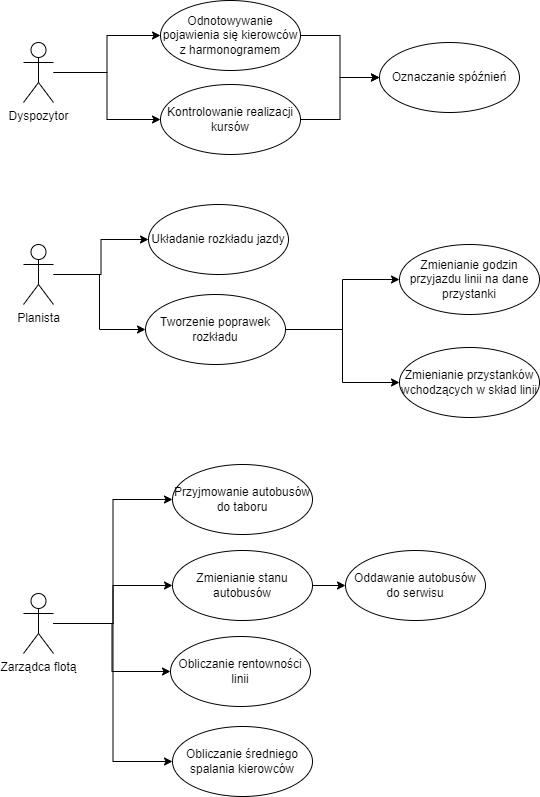
JakubCisowski/autobusy keeps this draw.io diagram as Documentation/use_case_diagram.png. Above is the earlier version. Source tidied: cells renumbered, new cells last; positions are measured from the earlier drawing's top-left corner, leaving out a move shared by most shapes.
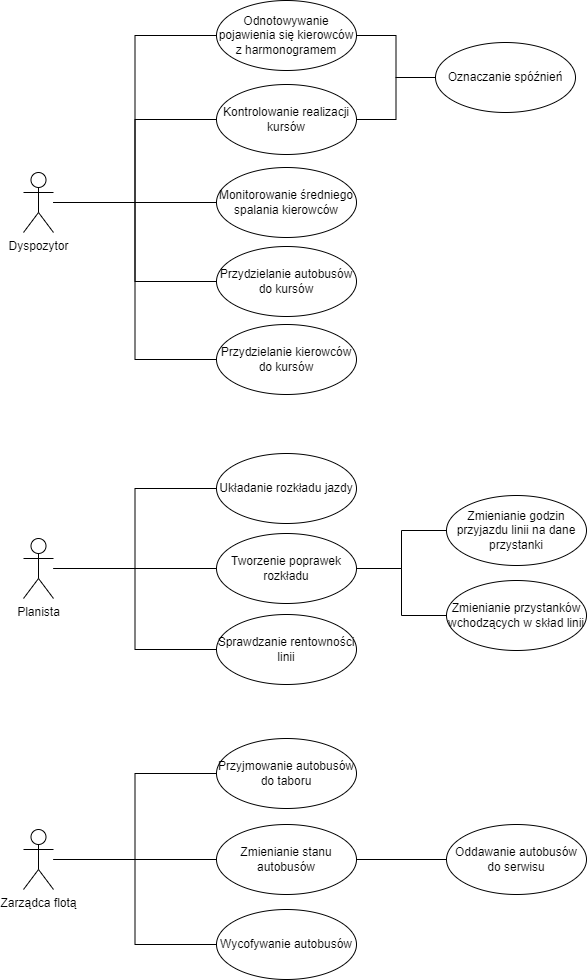
After the change.

Commit message:
Update use case diagram based on feedback.

The edit, as a diff of the source:
```diff
@@ -2,46 +2,55 @@
   <root>
     <mxCell id="0" />
     <mxCell id="1" parent="0" />
+    <mxCell id="3" style="edgeStyle=orthogonalEdgeStyle;rounded=0;jettySize=auto;html=1;entryX=0;entryY=0.5;entryDx=0;entryDy=0;endArrow=none;endFill=0;" parent="1" edge="1" source="4" target="16">
+      <mxGeometry relative="1" as="geometry" />
+    </mxCell>
+    <mxCell id="30" style="edgeStyle=orthogonalEdgeStyle;rounded=0;jettySize=auto;html=1;entryX=0;entryY=0.5;entryDx=0;entryDy=0;startArrow=none;startFill=0;endArrow=none;endFill=0;" parent="1" edge="1" source="4" target="37">
+      <mxGeometry relative="1" as="geometry" />
+    </mxCell>
-    <mxCell id="2" style="edgeStyle=orthogonalEdgeStyle;rounded=0;jettySize=auto;html=1;" parent="1" edge="1" source="4" target="14">
+    <mxCell id="2" style="edgeStyle=orthogonalEdgeStyle;rounded=0;jettySize=auto;html=1;entryX=0;entryY=0.5;entryDx=0;entryDy=0;startArrow=none;startFill=0;endArrow=none;endFill=0;" parent="1" edge="1" source="4" target="14">
       <mxGeometry relative="1" as="geometry" />
     </mxCell>
-    <mxCell id="3" style="edgeStyle=orthogonalEdgeStyle;rounded=0;jettySize=auto;html=1;entryX=0;entryY=0.5;entryDx=0;entryDy=0;" parent="1" edge="1" source="4" target="16">
-      <mxGeometry relative="1" as="geometry" />
-    </mxCell>
+    <mxCell id="31" style="edgeStyle=orthogonalEdgeStyle;rounded=0;jettySize=auto;html=1;entryX=0;entryY=0.5;entryDx=0;entryDy=0;startArrow=none;startFill=0;endArrow=none;endFill=0;" parent="1" edge="1" source="4" target="38">
+      <mxGeometry relative="1" as="geometry" />
+    </mxCell>
+    <mxCell id="32" style="edgeStyle=orthogonalEdgeStyle;rounded=0;jettySize=auto;html=1;entryX=0;entryY=0.5;entryDx=0;entryDy=0;startArrow=none;startFill=0;endArrow=none;endFill=0;" parent="1" edge="1" source="4" target="39">
+      <mxGeometry relative="1" as="geometry" />
+    </mxCell>
     <mxCell id="4" value="Dyspozytor" style="shape=umlActor;verticalLabelPosition=bottom;verticalAlign=top;html=1;" parent="1" vertex="1">
-      <mxGeometry y="42" width="30" height="60" as="geometry" />
+      <mxGeometry x="-56" y="172" width="30" height="60" as="geometry" />
     </mxCell>
+    <mxCell id="6" style="edgeStyle=orthogonalEdgeStyle;rounded=0;jettySize=auto;html=1;entryX=0;entryY=0.5;entryDx=0;entryDy=0;endArrow=none;endFill=0;" parent="1" edge="1" source="7" target="21">
+      <mxGeometry relative="1" as="geometry" />
+    </mxCell>
+    <mxCell id="33" style="edgeStyle=orthogonalEdgeStyle;rounded=0;jettySize=auto;html=1;entryX=0;entryY=0.5;entryDx=0;entryDy=0;startArrow=none;startFill=0;endArrow=none;endFill=0;" parent="1" edge="1" source="7" target="36">
+      <mxGeometry relative="1" as="geometry" />
+    </mxCell>
-    <mxCell id="5" style="edgeStyle=orthogonalEdgeStyle;rounded=0;jettySize=auto;html=1;" parent="1" edge="1" source="7" target="18">
+    <mxCell id="5" style="edgeStyle=orthogonalEdgeStyle;rounded=0;jettySize=auto;html=1;entryX=0;entryY=0.5;entryDx=0;entryDy=0;startArrow=none;startFill=0;endArrow=none;endFill=0;" parent="1" edge="1" source="7" target="18">
       <mxGeometry relative="1" as="geometry" />
     </mxCell>
-    <mxCell id="6" style="edgeStyle=orthogonalEdgeStyle;rounded=0;jettySize=auto;html=1;entryX=0;entryY=0.5;entryDx=0;entryDy=0;" parent="1" edge="1" source="7" target="21">
-      <mxGeometry relative="1" as="geometry" />
-    </mxCell>
     <mxCell id="7" value="Planista" style="shape=umlActor;verticalLabelPosition=bottom;verticalAlign=top;html=1;" parent="1" vertex="1">
-      <mxGeometry y="244" width="30" height="60" as="geometry" />
+      <mxGeometry x="-56" y="538" width="30" height="60" as="geometry" />
     </mxCell>
-    <mxCell id="8" style="edgeStyle=orthogonalEdgeStyle;rounded=0;jettySize=auto;html=1;entryX=0;entryY=0.5;entryDx=0;entryDy=0;" parent="1" edge="1" source="12" target="24">
+    <mxCell id="8" style="edgeStyle=orthogonalEdgeStyle;rounded=0;jettySize=auto;html=1;entryX=0;entryY=0.5;entryDx=0;entryDy=0;endArrow=none;endFill=0;" parent="1" edge="1" source="12" target="24">
       <mxGeometry relative="1" as="geometry" />
     </mxCell>
-    <mxCell id="9" style="edgeStyle=orthogonalEdgeStyle;rounded=0;jettySize=auto;html=1;entryX=0;entryY=0.5;entryDx=0;entryDy=0;" parent="1" edge="1" source="12" target="26">
+    <mxCell id="9" style="edgeStyle=orthogonalEdgeStyle;rounded=0;jettySize=auto;html=1;entryX=0;entryY=0.5;entryDx=0;entryDy=0;endArrow=none;endFill=0;" parent="1" edge="1" source="12" target="26">
       <mxGeometry relative="1" as="geometry" />
     </mxCell>
-    <mxCell id="10" style="edgeStyle=orthogonalEdgeStyle;rounded=0;jettySize=auto;html=1;entryX=0;entryY=0.5;entryDx=0;entryDy=0;" parent="1" edge="1" source="12" target="28">
-      <mxGeometry relative="1" as="geometry" />
-    </mxCell>
-    <mxCell id="11" style="edgeStyle=orthogonalEdgeStyle;rounded=0;jettySize=auto;html=1;entryX=0;entryY=0.5;entryDx=0;entryDy=0;" parent="1" edge="1" source="12" target="29">
-      <mxGeometry relative="1" as="geometry" />
-    </mxCell>
+    <mxCell id="34" style="edgeStyle=orthogonalEdgeStyle;rounded=0;jettySize=auto;html=1;entryX=0;entryY=0.5;entryDx=0;entryDy=0;startArrow=none;startFill=0;endArrow=none;endFill=0;" parent="1" edge="1" source="12" target="35">
+      <mxGeometry relative="1" as="geometry" />
+    </mxCell>
     <mxCell id="12" value="Zarządca flotą&lt;br&gt;" style="shape=umlActor;verticalLabelPosition=bottom;verticalAlign=top;html=1;" parent="1" vertex="1">
-      <mxGeometry y="593" width="30" height="60" as="geometry" />
+      <mxGeometry x="-56" y="829" width="30" height="60" as="geometry" />
     </mxCell>
-    <mxCell id="13" style="edgeStyle=orthogonalEdgeStyle;rounded=0;jettySize=auto;html=1;" parent="1" edge="1" source="14" target="17">
+    <mxCell id="13" style="edgeStyle=orthogonalEdgeStyle;rounded=0;jettySize=auto;html=1;endArrow=none;endFill=0;" parent="1" edge="1" source="14" target="17">
       <mxGeometry relative="1" as="geometry" />
     </mxCell>
     <mxCell id="14" value="Odnotowywanie pojawienia się kierowców z harmonogramem" style="ellipse;whiteSpace=wrap;html=1;" parent="1" vertex="1">
       <mxGeometry x="137" width="140" height="70" as="geometry" />
     </mxCell>
-    <mxCell id="15" style="edgeStyle=orthogonalEdgeStyle;rounded=0;jettySize=auto;html=1;" parent="1" edge="1" source="16" target="17">
+    <mxCell id="15" style="edgeStyle=orthogonalEdgeStyle;rounded=0;jettySize=auto;html=1;endArrow=none;endFill=0;" parent="1" edge="1" source="16" target="17">
       <mxGeometry relative="1" as="geometry" />
     </mxCell>
     <mxCell id="16" value="Kontrolowanie realizacji kursów" style="ellipse;whiteSpace=wrap;html=1;" parent="1" vertex="1">
@@ -51,40 +60,49 @@
       <mxGeometry x="356" y="42" width="140" height="70" as="geometry" />
     </mxCell>
     <mxCell id="18" value="Układanie rozkładu jazdy" style="ellipse;whiteSpace=wrap;html=1;" parent="1" vertex="1">
-      <mxGeometry x="125" y="204" width="140" height="70" as="geometry" />
+      <mxGeometry x="137" y="453" width="140" height="70" as="geometry" />
     </mxCell>
-    <mxCell id="19" style="edgeStyle=orthogonalEdgeStyle;rounded=0;jettySize=auto;html=1;entryX=0;entryY=0.5;entryDx=0;entryDy=0;" parent="1" edge="1" source="21" target="22">
+    <mxCell id="19" style="edgeStyle=orthogonalEdgeStyle;rounded=0;jettySize=auto;html=1;entryX=0;entryY=0.5;entryDx=0;entryDy=0;endArrow=none;endFill=0;" parent="1" edge="1" source="21" target="22">
       <mxGeometry relative="1" as="geometry" />
     </mxCell>
-    <mxCell id="20" style="edgeStyle=orthogonalEdgeStyle;rounded=0;jettySize=auto;html=1;entryX=0;entryY=0.5;entryDx=0;entryDy=0;" parent="1" edge="1" source="21" target="23">
+    <mxCell id="20" style="edgeStyle=orthogonalEdgeStyle;rounded=0;jettySize=auto;html=1;entryX=0;entryY=0.5;entryDx=0;entryDy=0;endArrow=none;endFill=0;" parent="1" edge="1" source="21" target="23">
       <mxGeometry relative="1" as="geometry" />
     </mxCell>
     <mxCell id="21" value="Tworzenie poprawek rozkładu" style="ellipse;whiteSpace=wrap;html=1;" parent="1" vertex="1">
-      <mxGeometry x="122" y="294" width="140" height="70" as="geometry" />
+      <mxGeometry x="137" y="533" width="140" height="70" as="geometry" />
     </mxCell>
     <mxCell id="22" value="Zmienianie godzin przyjazdu linii na dane przystanki" style="ellipse;whiteSpace=wrap;html=1;" parent="1" vertex="1">
-      <mxGeometry x="376" y="244" width="140" height="70" as="geometry" />
+      <mxGeometry x="367" y="495" width="140" height="70" as="geometry" />
     </mxCell>
     <mxCell id="23" value="Zmienianie przystanków wchodzących w skład linii" style="ellipse;whiteSpace=wrap;html=1;" parent="1" vertex="1">
-      <mxGeometry x="376" y="347" width="140" height="70" as="geometry" />
+      <mxGeometry x="367" y="580" width="140" height="70" as="geometry" />
     </mxCell>
     <mxCell id="24" value="Przyjmowanie autobusów do taboru" style="ellipse;whiteSpace=wrap;html=1;" parent="1" vertex="1">
-      <mxGeometry x="149" y="464" width="140" height="70" as="geometry" />
+      <mxGeometry x="137" y="738" width="140" height="70" as="geometry" />
     </mxCell>
-    <mxCell id="25" style="edgeStyle=orthogonalEdgeStyle;rounded=0;jettySize=auto;html=1;" parent="1" edge="1" source="26" target="27">
+    <mxCell id="25" style="edgeStyle=orthogonalEdgeStyle;rounded=0;jettySize=auto;html=1;endArrow=none;endFill=0;" parent="1" edge="1" source="26" target="27">
       <mxGeometry relative="1" as="geometry" />
     </mxCell>
     <mxCell id="26" value="Zmienianie stanu autobusów" style="ellipse;whiteSpace=wrap;html=1;" parent="1" vertex="1">
-      <mxGeometry x="149" y="550" width="140" height="70" as="geometry" />
+      <mxGeometry x="137" y="824" width="140" height="70" as="geometry" />
     </mxCell>
     <mxCell id="27" value="Oddawanie autobusów do serwisu" style="ellipse;whiteSpace=wrap;html=1;" parent="1" vertex="1">
-      <mxGeometry x="322" y="550" width="140" height="70" as="geometry" />
+      <mxGeometry x="367" y="824" width="140" height="70" as="geometry" />
     </mxCell>
-    <mxCell id="28" value="Obliczanie rentowności linii" style="ellipse;whiteSpace=wrap;html=1;" parent="1" vertex="1">
-      <mxGeometry x="147" y="636" width="140" height="70" as="geometry" />
-    </mxCell>
-    <mxCell id="29" value="Obliczanie średniego spalania kierowców" style="ellipse;whiteSpace=wrap;html=1;" parent="1" vertex="1">
-      <mxGeometry x="149" y="726" width="140" height="70" as="geometry" />
-    </mxCell>
+    <mxCell id="35" value="Wycofywanie autobusów" style="ellipse;whiteSpace=wrap;html=1;" parent="1" vertex="1">
+      <mxGeometry x="137" y="909" width="140" height="70" as="geometry" />
+    </mxCell>
+    <mxCell id="36" value="Sprawdzanie rentowności linii" style="ellipse;whiteSpace=wrap;html=1;" parent="1" vertex="1">
+      <mxGeometry x="137" y="614" width="140" height="70" as="geometry" />
+    </mxCell>
+    <mxCell id="37" value="Monitorowanie średniego spalania kierowców" style="ellipse;whiteSpace=wrap;html=1;" parent="1" vertex="1">
+      <mxGeometry x="137" y="167" width="140" height="70" as="geometry" />
+    </mxCell>
+    <mxCell id="38" value="Przydzielanie autobusów do kursów" style="ellipse;whiteSpace=wrap;html=1;" parent="1" vertex="1">
+      <mxGeometry x="137" y="246" width="140" height="70" as="geometry" />
+    </mxCell>
+    <mxCell id="39" value="Przydzielanie kierowców do kursów" style="ellipse;whiteSpace=wrap;html=1;" parent="1" vertex="1">
+      <mxGeometry x="137" y="324" width="140" height="70" as="geometry" />
+    </mxCell>
   </root>
 </mxGraphModel>
```
